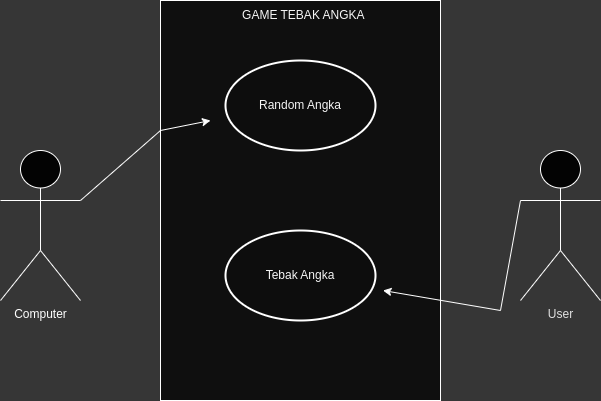
Earlier version of the draw.io export use-case.drawio.png (Rayival/Jobsheet1). Source tidied: cells renumbered, new cells last; positions are measured from the earlier drawing's top-left corner, leaving out a move shared by most shapes.
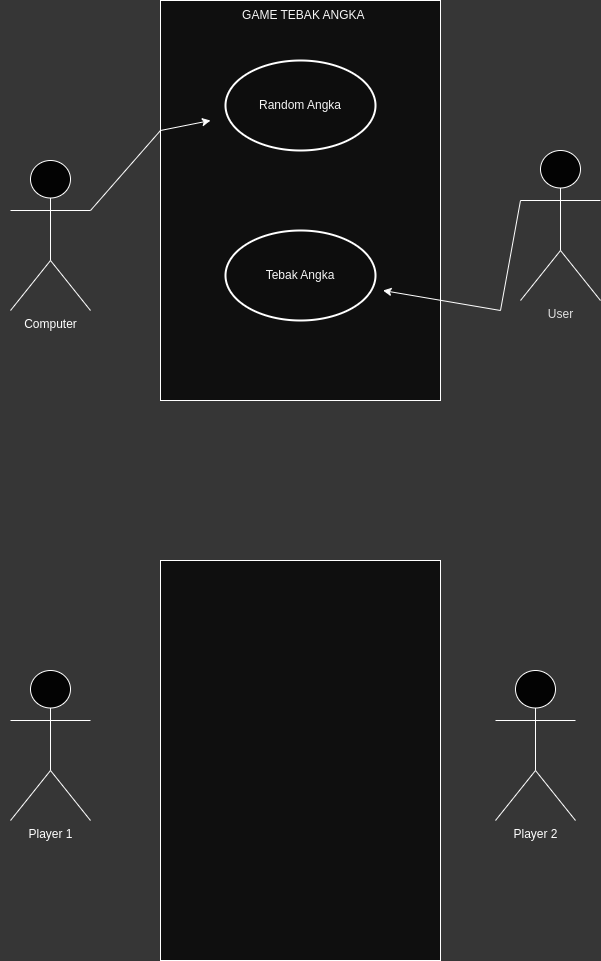
The same file after the commit.

Diff of the diagram source:
```diff
@@ -2,19 +2,22 @@
   <root>
     <mxCell id="0" />
     <mxCell id="1" parent="0" />
+    <mxCell id="12" style="group;" parent="1" vertex="1">
+      <mxGeometry x="855" y="80" width="600" height="400" as="geometry" />
+    </mxCell>
-    <mxCell id="2" style="rounded=0;whiteSpace=wrap;html=1;strokeColor=#FFFFFF;fillColor=#0F0F0F;" parent="1" vertex="1">
+    <mxCell id="2" style="rounded=0;whiteSpace=wrap;html=1;strokeColor=#FFFFFF;fillColor=#0F0F0F;" parent="12" vertex="1">
       <mxGeometry x="160" width="280" height="400" as="geometry" />
     </mxCell>
-    <mxCell id="3" value="&lt;font color=&quot;#e0e0e0&quot;&gt;User&lt;br&gt;&lt;br&gt;&lt;/font&gt;" style="shape=umlActor;verticalLabelPosition=bottom;verticalAlign=top;html=1;outlineConnect=0;fillColor=#030303;strokeColor=#FFFFFF;" parent="1" vertex="1">
+    <mxCell id="3" value="&lt;font color=&quot;#e0e0e0&quot;&gt;User&lt;br&gt;&lt;br&gt;&lt;/font&gt;" style="shape=umlActor;verticalLabelPosition=bottom;verticalAlign=top;html=1;outlineConnect=0;fillColor=#030303;strokeColor=#FFFFFF;" parent="12" vertex="1">
       <mxGeometry x="520" y="150" width="80" height="150" as="geometry" />
     </mxCell>
-    <mxCell id="4" value="&lt;font color=&quot;#ffffff&quot;&gt;Computer&lt;br&gt;&lt;/font&gt;" style="shape=umlActor;verticalLabelPosition=bottom;verticalAlign=top;html=1;outlineConnect=0;fillColor=#030303;strokeColor=#FFFFFF;" parent="1" vertex="1">
-      <mxGeometry y="150" width="80" height="150" as="geometry" />
+    <mxCell id="4" value="&lt;font color=&quot;#ffffff&quot;&gt;Computer&lt;br&gt;&lt;/font&gt;" style="shape=umlActor;verticalLabelPosition=bottom;verticalAlign=top;html=1;outlineConnect=0;fillColor=#030303;strokeColor=#FFFFFF;" parent="12" vertex="1">
+      <mxGeometry x="10" y="160" width="80" height="150" as="geometry" />
     </mxCell>
-    <mxCell id="5" style="ellipse;whiteSpace=wrap;html=1;strokeColor=#FFFFFF;fillColor=#0D0D0D;strokeWidth=2;" parent="1" vertex="1">
+    <mxCell id="5" style="ellipse;whiteSpace=wrap;html=1;strokeColor=#FFFFFF;fillColor=#0D0D0D;strokeWidth=2;" parent="12" vertex="1">
       <mxGeometry x="225" y="60" width="150" height="90" as="geometry" />
     </mxCell>
-    <mxCell id="6" style="endArrow=classic;html=1;rounded=0;strokeColor=#FFFFFF;exitX=1;exitY=0.3333333333333333;exitDx=0;exitDy=0;exitPerimeter=0;" parent="1" edge="1" source="4">
+    <mxCell id="6" style="endArrow=classic;html=1;rounded=0;strokeColor=#FFFFFF;exitX=1;exitY=0.3333333333333333;exitDx=0;exitDy=0;exitPerimeter=0;" parent="12" edge="1" source="4">
       <mxGeometry relative="1" as="geometry">
         <mxPoint x="210" y="120" as="targetPoint" />
         <Array as="points">
@@ -22,24 +25,33 @@
         </Array>
       </mxGeometry>
     </mxCell>
-    <mxCell id="7" value="&lt;font color=&quot;#f5f5f5&quot;&gt;GAME TEBAK ANGKA&amp;nbsp;&lt;/font&gt;" style="text;html=1;strokeColor=none;fillColor=none;align=center;verticalAlign=middle;whiteSpace=wrap;rounded=0;" parent="1" vertex="1">
+    <mxCell id="7" value="&lt;font color=&quot;#f5f5f5&quot;&gt;GAME TEBAK ANGKA&amp;nbsp;&lt;/font&gt;" style="text;html=1;strokeColor=none;fillColor=none;align=center;verticalAlign=middle;whiteSpace=wrap;rounded=0;" parent="12" vertex="1">
       <mxGeometry x="140" width="330" height="30" as="geometry" />
     </mxCell>
-    <mxCell id="8" style="ellipse;whiteSpace=wrap;html=1;strokeColor=#FFFFFF;fillColor=#0D0D0D;strokeWidth=2;" parent="1" vertex="1">
+    <mxCell id="8" style="ellipse;whiteSpace=wrap;html=1;strokeColor=#FFFFFF;fillColor=#0D0D0D;strokeWidth=2;" parent="12" vertex="1">
       <mxGeometry x="225" y="230" width="150" height="90" as="geometry" />
     </mxCell>
-    <mxCell id="9" value="&lt;font color=&quot;#f5f5f5&quot;&gt;Random Angka&lt;/font&gt;" style="text;html=1;strokeColor=none;fillColor=none;align=center;verticalAlign=middle;whiteSpace=wrap;rounded=0;" parent="1" vertex="1">
+    <mxCell id="9" value="&lt;font color=&quot;#f5f5f5&quot;&gt;Random Angka&lt;/font&gt;" style="text;html=1;strokeColor=none;fillColor=none;align=center;verticalAlign=middle;whiteSpace=wrap;rounded=0;" parent="12" vertex="1">
       <mxGeometry x="135" y="90" width="330" height="30" as="geometry" />
     </mxCell>
-    <mxCell id="10" value="&lt;font color=&quot;#f5f5f5&quot;&gt;Tebak Angka&lt;/font&gt;" style="text;html=1;strokeColor=none;fillColor=none;align=center;verticalAlign=middle;whiteSpace=wrap;rounded=0;" parent="1" vertex="1">
+    <mxCell id="10" value="&lt;font color=&quot;#f5f5f5&quot;&gt;Tebak Angka&lt;/font&gt;" style="text;html=1;strokeColor=none;fillColor=none;align=center;verticalAlign=middle;whiteSpace=wrap;rounded=0;" parent="12" vertex="1">
       <mxGeometry x="135" y="260" width="330" height="30" as="geometry" />
     </mxCell>
-    <mxCell id="11" style="endArrow=classic;html=1;rounded=0;strokeColor=#FFFFFF;exitX=0;exitY=0.3333333333333333;exitDx=0;exitDy=0;exitPerimeter=0;entryX=0.75;entryY=1;entryDx=0;entryDy=0;" parent="1" edge="1" source="3" target="10">
+    <mxCell id="11" style="endArrow=classic;html=1;rounded=0;strokeColor=#FFFFFF;exitX=0;exitY=0.3333333333333333;exitDx=0;exitDy=0;exitPerimeter=0;entryX=0.75;entryY=1;entryDx=0;entryDy=0;" parent="12" edge="1" source="3" target="10">
       <mxGeometry relative="1" as="geometry">
         <Array as="points">
           <mxPoint x="500" y="310" />
         </Array>
       </mxGeometry>
     </mxCell>
+    <mxCell id="13" style="rounded=0;whiteSpace=wrap;html=1;strokeColor=#FFFFFF;fillColor=#0F0F0F;" parent="1" vertex="1">
+      <mxGeometry x="1015" y="640" width="280" height="400" as="geometry" />
+    </mxCell>
+    <mxCell id="14" value="&lt;font&gt;Player 1&lt;br&gt;&lt;/font&gt;" style="shape=umlActor;verticalLabelPosition=bottom;verticalAlign=top;html=1;fillColor=#030303;strokeColor=#FFFFFF;fontColor=#FFFFFF;labelBackgroundColor=none;" parent="1" vertex="1">
+      <mxGeometry x="865" y="750" width="80" height="150" as="geometry" />
+    </mxCell>
+    <mxCell id="15" value="&lt;font color=&quot;#ffffff&quot;&gt;Player 2&lt;br&gt;&lt;/font&gt;" style="shape=umlActor;verticalLabelPosition=bottom;verticalAlign=top;html=1;fillColor=#030303;strokeColor=#FFFFFF;" parent="1" vertex="1">
+      <mxGeometry x="1350" y="750" width="80" height="150" as="geometry" />
+    </mxCell>
   </root>
 </mxGraphModel>
```
